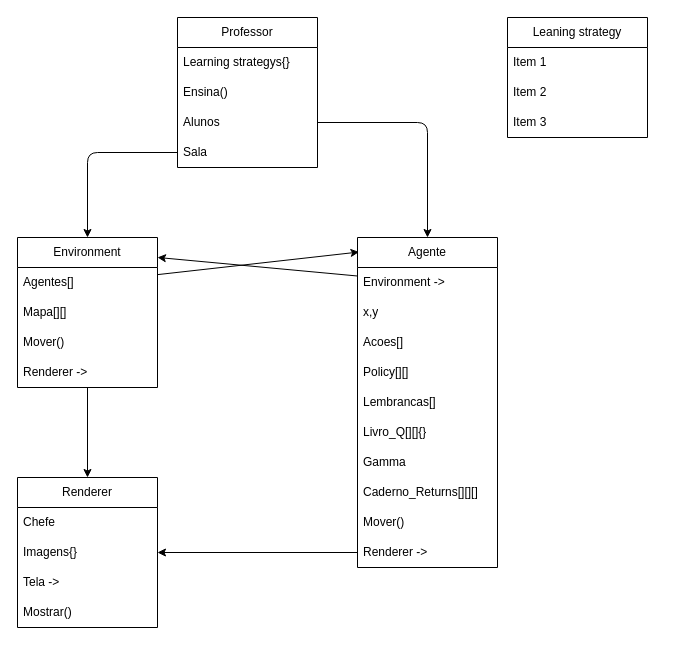
This is trabalho 1/arquitetura.drawio from salocinrevenge/RLTroco, a draw.io file, before an edit. Source tidied: cells renumbered, new cells numbered last; positions are measured from the earlier drawing's top-left corner, leaving out a move shared by most shapes. Both pictures are drawn from the tidied source at 100%, with x=0, y=0 at pixel (17, 17).
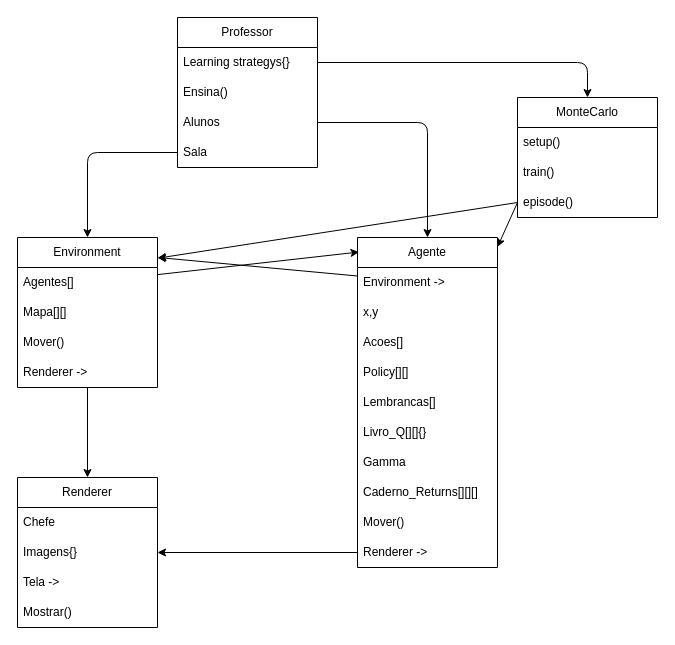
Above is the later version.

Unchanged cells that the change refers to:
```xml
<mxCell id="2" value="Environment" style="swimlane;fontStyle=0;horizontal=1;startSize=30;whiteSpace=wrap;html=1;" parent="1" vertex="1">
  <mxGeometry y="220" width="140" height="150" as="geometry" />
</mxCell>
<mxCell id="7" value="Agente" style="swimlane;fontStyle=0;horizontal=1;startSize=30;whiteSpace=wrap;html=1;" parent="1" vertex="1">
  <mxGeometry x="340" y="220" width="140" height="330" as="geometry" />
</mxCell>
<mxCell id="24" value="Learning strategys{}" style="text;strokeColor=none;fillColor=none;align=left;verticalAlign=middle;spacingLeft=4;spacingRight=4;overflow=hidden;points=[[0,0.5],[1,0.5]];portConstraint=eastwest;whiteSpace=wrap;html=1;" parent="23" vertex="1">
  <mxGeometry y="30" width="140" height="30" as="geometry" />
</mxCell>
```

What changed in the source:
```diff
@@
-    <mxCell id="34" value="Leaning strategy" style="swimlane;fontStyle=0;horizontal=1;startSize=30;whiteSpace=wrap;html=1;" parent="1" vertex="1">
-      <mxGeometry x="490" width="140" height="120" as="geometry" />
+    <mxCell id="34" value="MonteCarlo" style="swimlane;fontStyle=0;horizontal=1;startSize=30;whiteSpace=wrap;html=1;" parent="1" vertex="1">
+      <mxGeometry x="500" y="80" width="140" height="120" as="geometry" />
     </mxCell>
-    <mxCell id="35" value="Item 1" style="text;strokeColor=none;fillColor=none;align=left;verticalAlign=middle;spacingLeft=4;spacingRight=4;overflow=hidden;whiteSpace=wrap;html=1;" parent="34" vertex="1">
+    <mxCell id="35" value="setup()" style="text;strokeColor=none;fillColor=none;align=left;verticalAlign=middle;spacingLeft=4;spacingRight=4;overflow=hidden;whiteSpace=wrap;html=1;" parent="34" vertex="1">
       <mxGeometry y="30" width="140" height="30" as="geometry" />
     </mxCell>
-    <mxCell id="36" value="Item 2" style="text;strokeColor=none;fillColor=none;align=left;verticalAlign=middle;spacingLeft=4;spacingRight=4;overflow=hidden;whiteSpace=wrap;html=1;" parent="34" vertex="1">
+    <mxCell id="36" value="train()" style="text;strokeColor=none;fillColor=none;align=left;verticalAlign=middle;spacingLeft=4;spacingRight=4;overflow=hidden;whiteSpace=wrap;html=1;" parent="34" vertex="1">
       <mxGeometry y="60" width="140" height="30" as="geometry" />
     </mxCell>
-    <mxCell id="37" value="Item 3" style="text;strokeColor=none;fillColor=none;align=left;verticalAlign=middle;spacingLeft=4;spacingRight=4;overflow=hidden;points=[[0,0.5],[1,0.5]];portConstraint=eastwest;whiteSpace=wrap;html=1;" parent="34" vertex="1">
+    <mxCell id="37" value="episode()" style="text;strokeColor=none;fillColor=none;align=left;verticalAlign=middle;spacingLeft=4;spacingRight=4;overflow=hidden;points=[[0,0.5],[1,0.5]];portConstraint=eastwest;whiteSpace=wrap;html=1;" parent="34" vertex="1">
       <mxGeometry y="90" width="140" height="30" as="geometry" />
     </mxCell>
+    <mxCell id="38" style="edgeStyle=none;html=1;entryX=0.5;entryY=0;entryDx=0;entryDy=0;" parent="1" edge="1" source="24" target="34">
+      <mxGeometry relative="1" as="geometry">
+        <Array as="points">
+          <mxPoint x="570" y="45" />
+        </Array>
+      </mxGeometry>
+    </mxCell>
+    <mxCell id="39" style="edgeStyle=none;html=1;entryX=1.001;entryY=0.138;entryDx=0;entryDy=0;entryPerimeter=0;exitX=0;exitY=0.5;exitDx=0;exitDy=0;" parent="1" edge="1" source="37" target="2">
+      <mxGeometry relative="1" as="geometry" />
+    </mxCell>
+    <mxCell id="40" style="edgeStyle=none;html=1;exitX=0;exitY=0.5;exitDx=0;exitDy=0;" parent="1" edge="1" source="37" target="7">
+      <mxGeometry relative="1" as="geometry" />
+    </mxCell>
```
